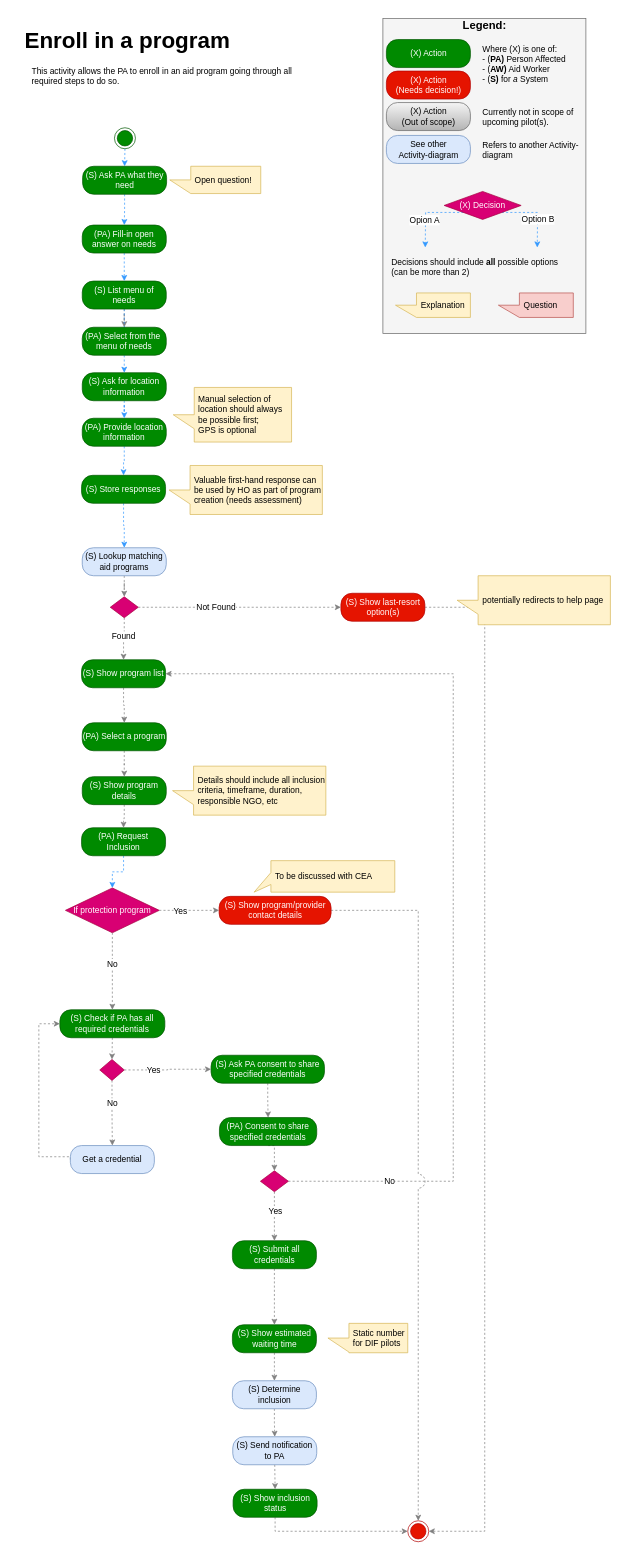
Before: Activity Diagrams/Enroll in a program activity.drawio in nsward/diagrams, a draw.io diagram. Source tidied: cells renumbered, new cells numbered last; positions are measured from the earlier drawing's top-left corner, leaving out a move shared by most shapes. Both pictures are drawn from the tidied source at 70%, with x=0, y=0 at pixel (12, 12).
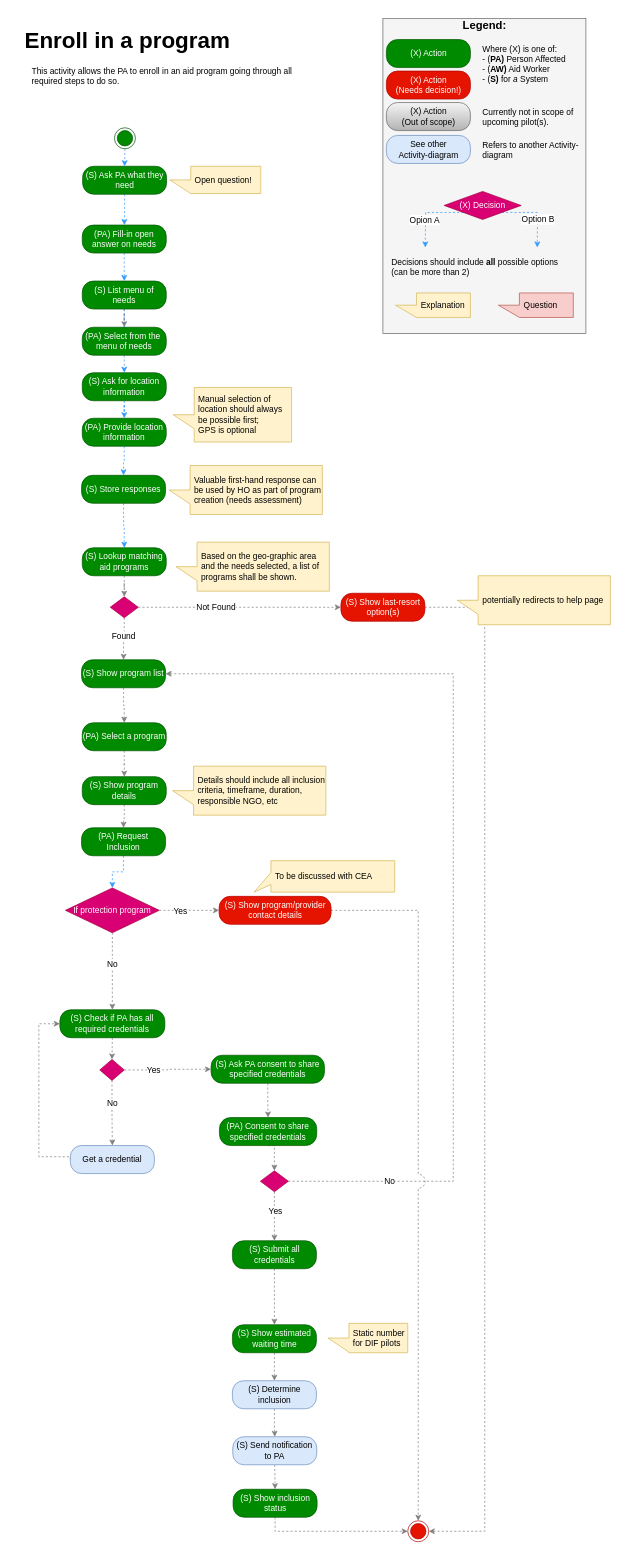
After the change.

The edit, as a diff of the source:
```diff
@@
-    <mxCell id="10" value="(S) Lookup matching aid programs" style="rounded=1;whiteSpace=wrap;html=1;arcSize=40;fillColor=#dae8fc;strokeColor=#6c8ebf;fontColor=#000000;" parent="1" vertex="1">
+    <mxCell id="10" value="(S) Lookup matching aid programs" style="rounded=1;whiteSpace=wrap;html=1;arcSize=40;fillColor=#008a00;strokeColor=#005700;fontColor=#ffffff;" parent="1" vertex="1">
       <mxGeometry x="100" y="765" width="120" height="40" as="geometry" />
     </mxCell>
@@
+    <mxCell id="99" value="&lt;p&gt;Based on the geo-graphic area and the needs selected, a list of programs shall be shown.&lt;/p&gt;" style="shape=callout;whiteSpace=wrap;html=1;perimeter=calloutPerimeter;fillColor=#fff2cc;fontSize=12;align=left;strokeColor=#d6b656;spacingLeft=4;direction=south;" parent="1" vertex="1">
+      <mxGeometry x="234" y="757" width="219" height="70" as="geometry" />
+    </mxCell>
```
